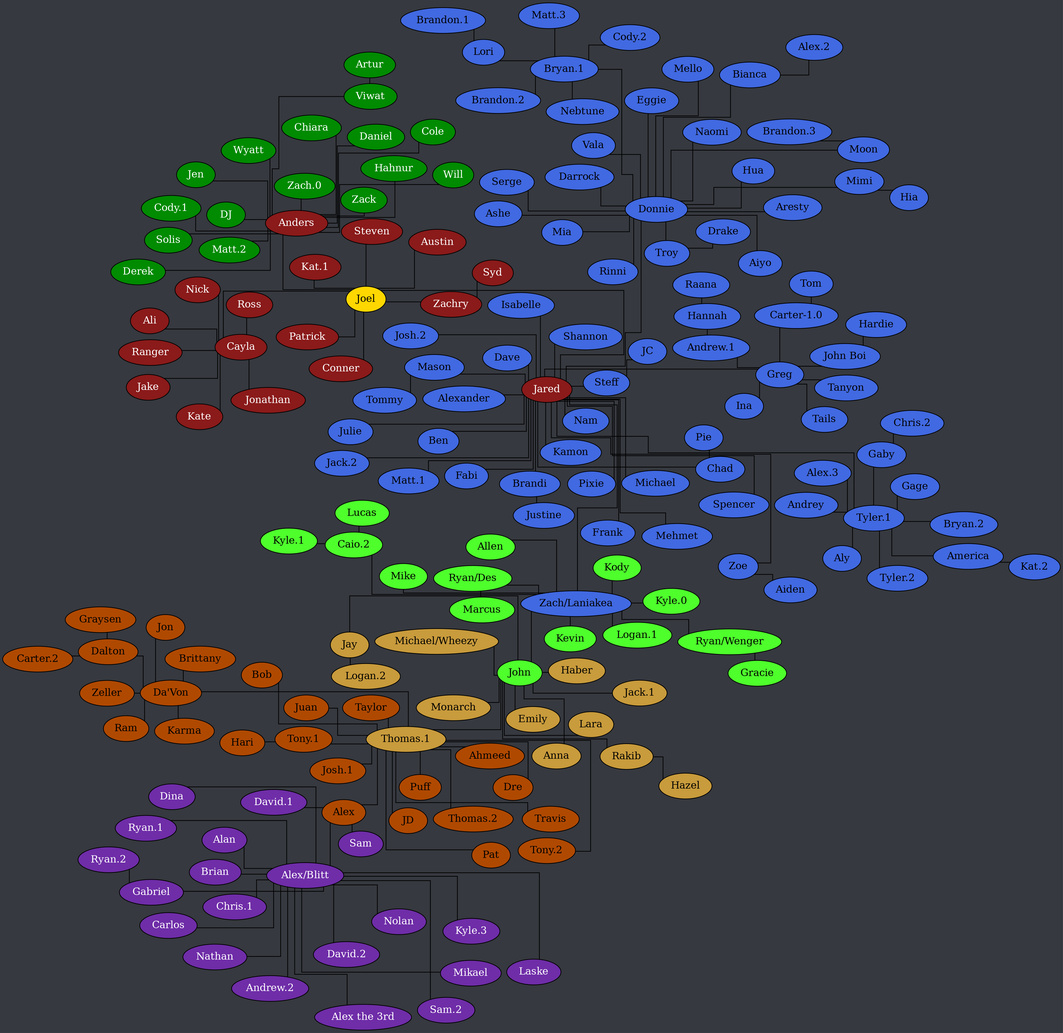
The Graphviz diagram tree.png in Documidas/CoronaCatzFamilyTree, before a commit. Its source is kept beside it as tree.dot.
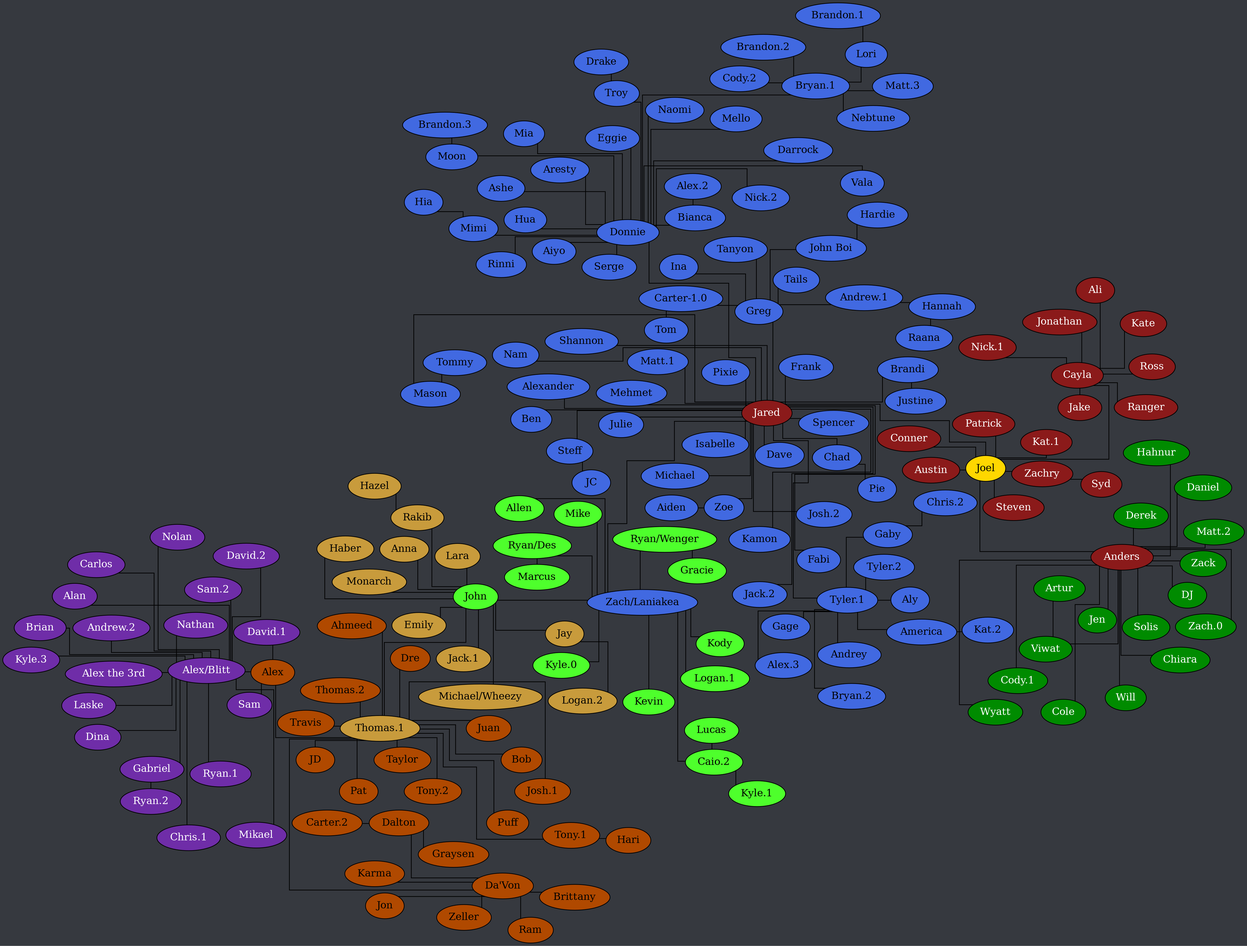
The same diagram one commit later.

The edit, as a diff of the source:
```diff
@@ -19,7 +19,7 @@
 		Cayla -- Jake;
 		Cayla -- Jonathan;
 		Cayla -- Kate;
-		Cayla -- Nick;
+		Cayla -- "Nick.1";
 		Cayla -- Ranger;
 		Cayla -- Ross;
 		Joel -- Anders;
@@ -81,6 +81,7 @@
 		Donnie -- Mia;
 		Donnie -- Mimi;
 		Donnie -- Moon;
+		Donnie -- "Nick.2";
 		Donnie -- Naomi;
 		Donnie -- Rinni;
 		Donnie -- Serge;
```
